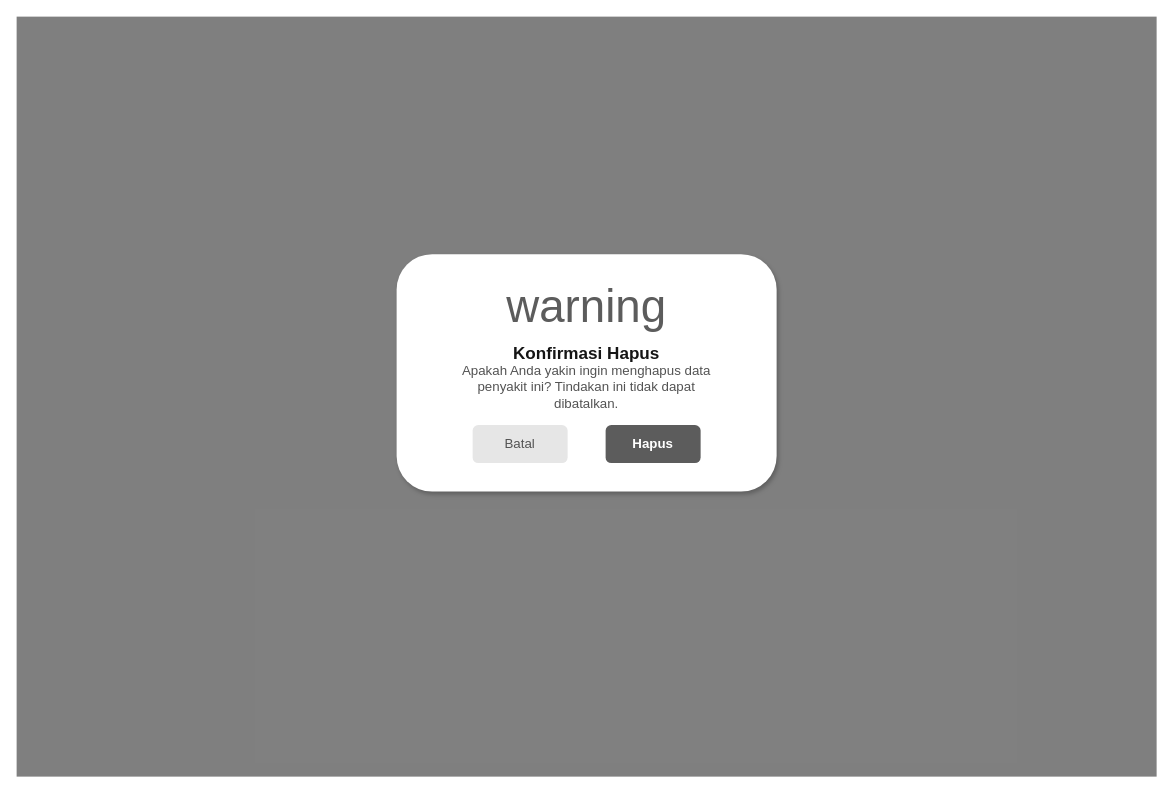
Earlier version of the draw.io diagram diagram/desain_backup/admin-hapus-penyakit.drawio (RajaSunrise/kangkungku). Source tidied: cells renumbered, new cells numbered last; positions are measured from the earlier drawing's top-left corner, leaving out a move shared by most shapes. Both pictures are drawn from the tidied source at 95%, with x=0, y=0 at pixel (16, 16).
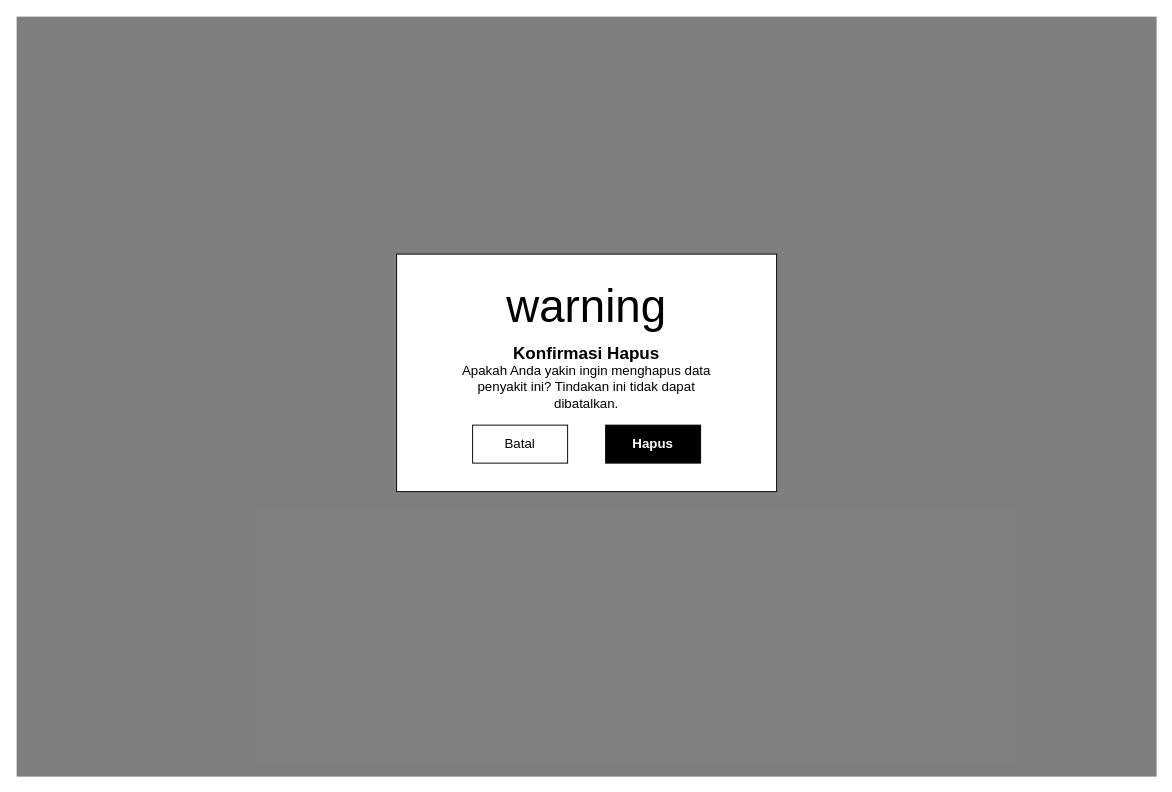
Above is the later version.

What changed in the source:
```diff
@@
 <mxGraphModel>
   <root>
     <mxCell id="0" />
     <mxCell id="1" parent="0" />
     <mxCell id="2" style="rounded=0;whiteSpace=wrap;html=1;fillColor=#000000;fillOpacity=50;strokeColor=none;" parent="1" vertex="1">
       <mxGeometry width="1200" height="800" as="geometry" />
     </mxCell>
-    <mxCell id="3" style="rounded=1;whiteSpace=wrap;html=1;fillColor=#FFFFFF;strokeColor=none;shadow=1;" parent="1" vertex="1">
+    <mxCell id="3" style="rounded=0;whiteSpace=wrap;html=1;fillColor=#FFFFFF;strokeColor=#000000;" parent="1" vertex="1">
       <mxGeometry x="400" y="250" width="400" height="250" as="geometry" />
     </mxCell>
-    <mxCell id="4" value="warning" style="text;html=1;strokeColor=none;fillColor=none;align=center;verticalAlign=middle;whiteSpace=wrap;rounded=0;fontColor=#5C5C5C;fontSize=48;fontFamily=Material Icons;" parent="1" vertex="1">
+    <mxCell id="4" value="warning" style="text;html=1;strokeColor=none;fillColor=none;align=center;verticalAlign=middle;whiteSpace=wrap;rounded=0;fontColor=#000000;fontSize=48;fontFamily=Material Icons;" parent="1" vertex="1">
       <mxGeometry x="575" y="280" width="50" height="50" as="geometry" />
     </mxCell>
-    <mxCell id="5" value="Konfirmasi Hapus" style="text;html=1;strokeColor=none;fillColor=none;align=center;verticalAlign=middle;whiteSpace=wrap;rounded=0;fontColor=#151515;fontSize=18;fontStyle=1;" parent="1" vertex="1">
+    <mxCell id="5" value="Konfirmasi Hapus" style="text;html=1;strokeColor=none;fillColor=none;align=center;verticalAlign=middle;whiteSpace=wrap;rounded=0;fontColor=#000000;fontSize=18;fontStyle=1;" parent="1" vertex="1">
       <mxGeometry x="450" y="340" width="300" height="30" as="geometry" />
     </mxCell>
-    <mxCell id="6" value="Apakah Anda yakin ingin menghapus data penyakit ini? Tindakan ini tidak dapat dibatalkan." style="text;html=1;strokeColor=none;fillColor=none;align=center;verticalAlign=middle;whiteSpace=wrap;rounded=0;fontColor=#535353;fontSize=14;" parent="1" vertex="1">
+    <mxCell id="6" value="Apakah Anda yakin ingin menghapus data penyakit ini? Tindakan ini tidak dapat dibatalkan." style="text;html=1;strokeColor=none;fillColor=none;align=center;verticalAlign=middle;whiteSpace=wrap;rounded=0;fontColor=#000000;fontSize=14;" parent="1" vertex="1">
       <mxGeometry x="450" y="370" width="300" height="40" as="geometry" />
     </mxCell>
-    <mxCell id="7" value="Batal" style="rounded=1;whiteSpace=wrap;html=1;fillColor=#E6E6E6;strokeColor=none;fontColor=#535353;fontSize=14;" parent="1" vertex="1">
+    <mxCell id="7" value="Batal" style="rounded=0;whiteSpace=wrap;html=1;fillColor=#FFFFFF;strokeColor=#000000;fontColor=#000000;fontSize=14;" parent="1" vertex="1">
       <mxGeometry x="480" y="430" width="100" height="40" as="geometry" />
     </mxCell>
-    <mxCell id="8" value="Hapus" style="rounded=1;whiteSpace=wrap;html=1;fillColor=#5C5C5C;strokeColor=none;fontColor=#FFFFFF;fontStyle=1;fontSize=14;" parent="1" vertex="1">
+    <mxCell id="8" value="Hapus" style="rounded=0;whiteSpace=wrap;html=1;fillColor=#000000;strokeColor=#000000;fontColor=#FFFFFF;fontStyle=1;fontSize=14;" parent="1" vertex="1">
       <mxGeometry x="620" y="430" width="100" height="40" as="geometry" />
     </mxCell>
   </root>
 </mxGraphModel>
```
